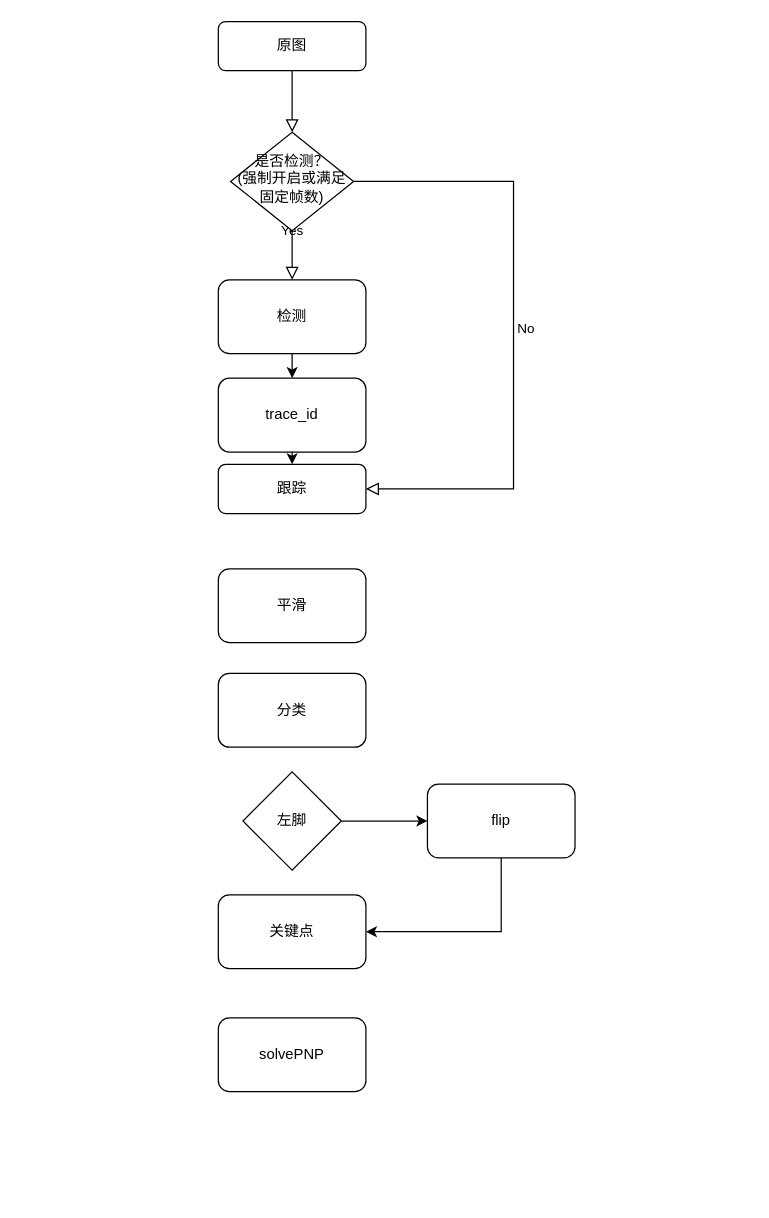
Before: tracking.drawio in Bbean/AI_Notes, a draw.io diagram. Source tidied: cells renumbered, new cells numbered last; positions are measured from the earlier drawing's top-left corner, leaving out a move shared by most shapes. Both pictures are drawn from the tidied source at 123%, with x=0, y=0 at pixel (218, 21).
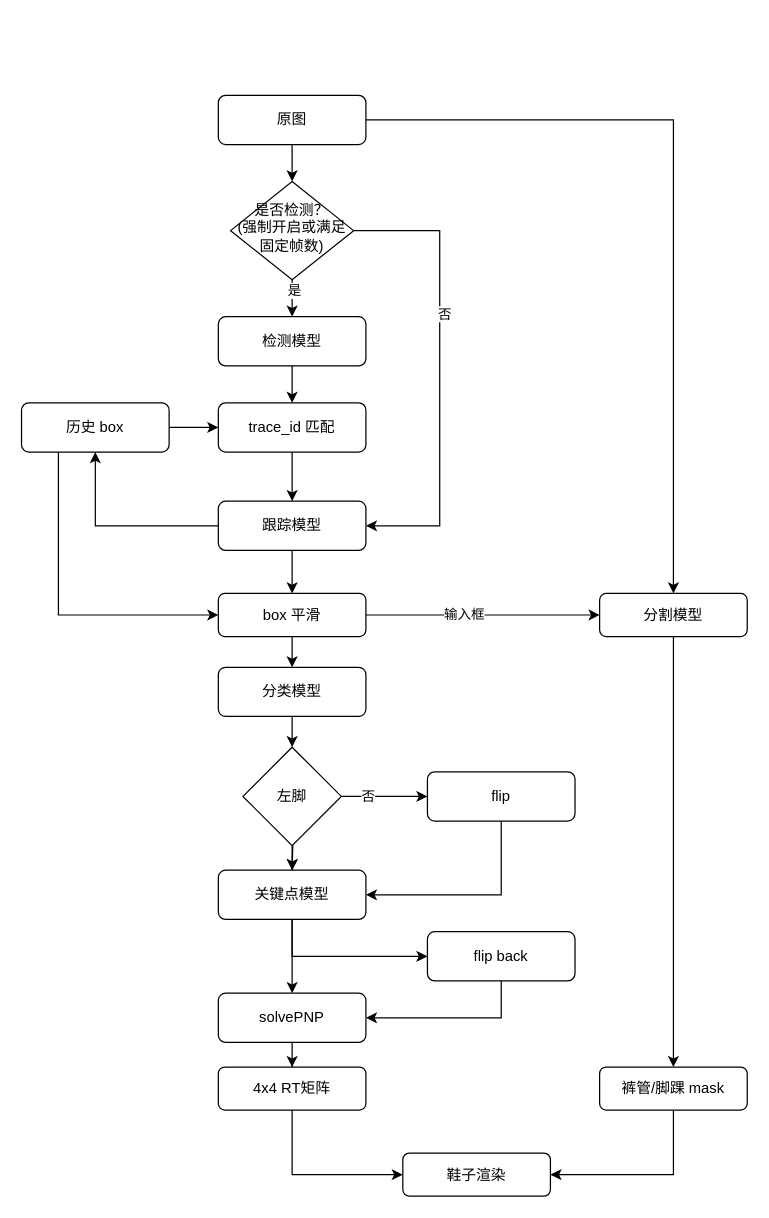
Above is the later version.

Unchanged cells that the change refers to:
```xml
<mxCell id="13" style="edgeStyle=orthogonalEdgeStyle;rounded=0;jettySize=auto;html=1;exitX=1;exitY=0.5;exitDx=0;exitDy=0;entryX=0;entryY=0.5;entryDx=0;entryDy=0;" parent="1" edge="1" source="14" target="16">
  <mxGeometry relative="1" as="geometry" />
</mxCell>
```

What changed in the source:
```diff
@@
-    <mxCell id="2" style="rounded=0;html=1;jettySize=auto;fontSize=11;endArrow=block;endFill=0;endSize=8;strokeWidth=1;shadow=0;labelBackgroundColor=none;edgeStyle=orthogonalEdgeStyle;" parent="1" edge="1" source="3" target="6">
+    <mxCell id="2" style="edgeStyle=orthogonalEdgeStyle;rounded=0;jettySize=auto;html=1;exitX=0.5;exitY=1;exitDx=0;exitDy=0;entryX=0.5;entryY=0;entryDx=0;entryDy=0;" parent="1" edge="1" source="3" target="6">
       <mxGeometry relative="1" as="geometry" />
     </mxCell>
+    <mxCell id="20" style="edgeStyle=orthogonalEdgeStyle;rounded=0;jettySize=auto;html=1;exitX=1;exitY=0.5;exitDx=0;exitDy=0;entryX=0.5;entryY=0;entryDx=0;entryDy=0;" parent="1" edge="1" source="3" target="42">
+      <mxGeometry relative="1" as="geometry" />
+    </mxCell>
     <mxCell id="3" value="原图" style="rounded=1;whiteSpace=wrap;html=1;fontSize=12;glass=0;strokeWidth=1;shadow=0;" parent="1" vertex="1">
-      <mxGeometry width="120" height="40" as="geometry" />
+      <mxGeometry y="60" width="120" height="40" as="geometry" />
     </mxCell>
-    <mxCell id="4" value="Yes" style="rounded=0;html=1;jettySize=auto;fontSize=11;endArrow=block;endFill=0;endSize=8;strokeWidth=1;shadow=0;labelBackgroundColor=none;edgeStyle=orthogonalEdgeStyle;" parent="1" edge="1" source="6">
-      <mxGeometry y="20" relative="1" as="geometry">
-        <mxPoint x="60" y="210" as="targetPoint" />
-      </mxGeometry>
-    </mxCell>
-    <mxCell id="5" value="No" style="edgeStyle=orthogonalEdgeStyle;rounded=0;html=1;jettySize=auto;fontSize=11;endArrow=block;endFill=0;endSize=8;strokeWidth=1;shadow=0;labelBackgroundColor=none;entryX=1;entryY=0.5;entryDx=0;entryDy=0;" parent="1" edge="1" source="6" target="9">
-      <mxGeometry y="10" relative="1" as="geometry">
+    <mxCell id="5" style="edgeStyle=orthogonalEdgeStyle;rounded=0;jettySize=auto;html=1;exitX=1;exitY=0.5;exitDx=0;exitDy=0;entryX=1;entryY=0.5;entryDx=0;entryDy=0;" parent="1" edge="1" source="6" target="9">
+      <mxGeometry relative="1" as="geometry">
         <Array as="points">
-          <mxPoint x="240" y="130" />
-          <mxPoint x="240" y="380" />
+          <mxPoint x="180" y="170" />
+          <mxPoint x="180" y="410" />
         </Array>
       </mxGeometry>
     </mxCell>
+    <mxCell id="21" value="否" style="edgeLabel;html=1;align=center;verticalAlign=middle;" parent="5" vertex="1">
+      <mxGeometry x="-0.26" y="3" relative="1" as="geometry" />
+    </mxCell>
+    <mxCell id="22" style="edgeStyle=orthogonalEdgeStyle;rounded=0;jettySize=auto;html=1;exitX=0.5;exitY=1;exitDx=0;exitDy=0;entryX=0.5;entryY=0;entryDx=0;entryDy=0;" parent="1" edge="1" source="6" target="8">
+      <mxGeometry relative="1" as="geometry" />
+    </mxCell>
+    <mxCell id="23" value="是" style="edgeLabel;html=1;align=center;verticalAlign=middle;" parent="22" vertex="1">
+      <mxGeometry x="-0.48" y="1" relative="1" as="geometry" />
+    </mxCell>
     <mxCell id="6" value="是否检测？&lt;br&gt;(强制开启或满足固定帧数)" style="rhombus;whiteSpace=wrap;html=1;shadow=0;fontFamily=Helvetica;fontSize=12;align=center;strokeWidth=1;spacing=6;spacingTop=-4;" parent="1" vertex="1">
-      <mxGeometry x="10" y="90" width="100" height="80" as="geometry" />
+      <mxGeometry x="10" y="130" width="100" height="80" as="geometry" />
     </mxCell>
@@
-    <mxCell id="8" value="检测" style="rounded=1;whiteSpace=wrap;html=1;" parent="1" vertex="1">
-      <mxGeometry y="210" width="120" height="60" as="geometry" />
+    <mxCell id="8" value="检测模型" style="rounded=1;whiteSpace=wrap;html=1;" parent="1" vertex="1">
+      <mxGeometry y="240" width="120" height="40" as="geometry" />
     </mxCell>
+    <mxCell id="24" style="edgeStyle=orthogonalEdgeStyle;rounded=0;jettySize=auto;html=1;exitX=0;exitY=0.5;exitDx=0;exitDy=0;entryX=0.5;entryY=1;entryDx=0;entryDy=0;" parent="1" edge="1" source="9" target="38">
+      <mxGeometry relative="1" as="geometry" />
+    </mxCell>
+    <mxCell id="25" style="edgeStyle=orthogonalEdgeStyle;rounded=0;jettySize=auto;html=1;exitX=0.5;exitY=1;exitDx=0;exitDy=0;entryX=0.5;entryY=0;entryDx=0;entryDy=0;" parent="1" edge="1" source="9" target="10">
+      <mxGeometry relative="1" as="geometry" />
+    </mxCell>
-    <mxCell id="9" value="跟踪" style="rounded=1;whiteSpace=wrap;html=1;" parent="1" vertex="1">
-      <mxGeometry y="360" width="120" height="40" as="geometry" />
+    <mxCell id="9" value="跟踪模型" style="rounded=1;whiteSpace=wrap;html=1;" parent="1" vertex="1">
+      <mxGeometry y="390" width="120" height="40" as="geometry" />
     </mxCell>
+    <mxCell id="26" style="edgeStyle=orthogonalEdgeStyle;rounded=0;jettySize=auto;html=1;exitX=0.5;exitY=1;exitDx=0;exitDy=0;entryX=0.5;entryY=0;entryDx=0;entryDy=0;" parent="1" edge="1" source="10" target="12">
+      <mxGeometry relative="1" as="geometry" />
+    </mxCell>
+    <mxCell id="27" style="edgeStyle=orthogonalEdgeStyle;rounded=0;jettySize=auto;html=1;exitX=1;exitY=0.5;exitDx=0;exitDy=0;entryX=0;entryY=0.5;entryDx=0;entryDy=0;" parent="1" edge="1" source="10" target="42">
+      <mxGeometry relative="1" as="geometry" />
+    </mxCell>
+    <mxCell id="28" value="输入框" style="edgeLabel;html=1;align=center;verticalAlign=middle;" parent="27" vertex="1">
+      <mxGeometry x="-0.17" y="2" relative="1" as="geometry">
+        <mxPoint y="1" as="offset" />
+      </mxGeometry>
+    </mxCell>
-    <mxCell id="10" value="平滑" style="rounded=1;whiteSpace=wrap;html=1;" parent="1" vertex="1">
-      <mxGeometry y="445" width="120" height="60" as="geometry" />
+    <mxCell id="10" value="box 平滑" style="rounded=1;whiteSpace=wrap;html=1;" parent="1" vertex="1">
+      <mxGeometry y="465" width="120" height="35" as="geometry" />
     </mxCell>
+    <mxCell id="29" style="edgeStyle=orthogonalEdgeStyle;rounded=0;jettySize=auto;html=1;exitX=0.5;exitY=1;exitDx=0;exitDy=0;entryX=0;entryY=0.5;entryDx=0;entryDy=0;" parent="1" edge="1" source="11" target="40">
+      <mxGeometry relative="1" as="geometry" />
+    </mxCell>
+    <mxCell id="30" style="edgeStyle=orthogonalEdgeStyle;rounded=0;jettySize=auto;html=1;exitX=0.5;exitY=1;exitDx=0;exitDy=0;entryX=0.5;entryY=0;entryDx=0;entryDy=0;" parent="1" edge="1" source="11" target="17">
+      <mxGeometry relative="1" as="geometry" />
+    </mxCell>
-    <mxCell id="11" value="关键点" style="rounded=1;whiteSpace=wrap;html=1;" parent="1" vertex="1">
-      <mxGeometry y="710" width="120" height="60" as="geometry" />
+    <mxCell id="11" value="关键点模型" style="rounded=1;whiteSpace=wrap;html=1;" parent="1" vertex="1">
+      <mxGeometry y="690" width="120" height="40" as="geometry" />
     </mxCell>
+    <mxCell id="31" style="edgeStyle=orthogonalEdgeStyle;rounded=0;jettySize=auto;html=1;exitX=0.5;exitY=1;exitDx=0;exitDy=0;entryX=0.5;entryY=0;entryDx=0;entryDy=0;" parent="1" edge="1" source="12" target="14">
+      <mxGeometry relative="1" as="geometry" />
+    </mxCell>
-    <mxCell id="12" value="分类" style="rounded=1;whiteSpace=wrap;html=1;" parent="1" vertex="1">
-      <mxGeometry y="530" width="120" height="60" as="geometry" />
+    <mxCell id="12" value="分类模型" style="rounded=1;whiteSpace=wrap;html=1;" parent="1" vertex="1">
+      <mxGeometry y="525" width="120" height="40" as="geometry" />
     </mxCell>
@@
+    <mxCell id="32" value="否" style="edgeLabel;html=1;align=center;verticalAlign=middle;" parent="13" vertex="1">
+      <mxGeometry x="-0.4" y="1" relative="1" as="geometry" />
+    </mxCell>
+    <mxCell id="33" style="edgeStyle=orthogonalEdgeStyle;rounded=0;jettySize=auto;html=1;exitX=0.5;exitY=1;exitDx=0;exitDy=0;entryX=0.5;entryY=0;entryDx=0;entryDy=0;" parent="1" edge="1" target="11">
+      <mxGeometry relative="1" as="geometry">
+        <mxPoint x="60" y="650" as="sourcePoint" />
+      </mxGeometry>
+    </mxCell>
+    <mxCell id="34" style="edgeStyle=orthogonalEdgeStyle;rounded=0;jettySize=auto;html=1;" parent="1" edge="1" source="14" target="11">
+      <mxGeometry relative="1" as="geometry" />
+    </mxCell>
     <mxCell id="14" value="左脚" style="rhombus;whiteSpace=wrap;html=1;" parent="1" vertex="1">
-      <mxGeometry x="20" y="610" width="80" height="80" as="geometry" />
+      <mxGeometry x="20" y="590" width="80" height="80" as="geometry" />
     </mxCell>
     <mxCell id="15" style="edgeStyle=orthogonalEdgeStyle;rounded=0;jettySize=auto;html=1;entryX=1;entryY=0.5;entryDx=0;entryDy=0;" parent="1" edge="1" source="16" target="11">
       <mxGeometry relative="1" as="geometry">
         <Array as="points">
-          <mxPoint x="230" y="740" />
+          <mxPoint x="230" y="710" />
         </Array>
       </mxGeometry>
     </mxCell>
     <mxCell id="16" value="flip" style="rounded=1;whiteSpace=wrap;html=1;" parent="1" vertex="1">
-      <mxGeometry x="170" y="620" width="120" height="60" as="geometry" />
+      <mxGeometry x="170" y="610" width="120" height="40" as="geometry" />
     </mxCell>
+    <mxCell id="35" style="edgeStyle=orthogonalEdgeStyle;rounded=0;jettySize=auto;html=1;entryX=0.5;entryY=0;entryDx=0;entryDy=0;" parent="1" edge="1" source="17" target="46">
+      <mxGeometry relative="1" as="geometry" />
+    </mxCell>
     <mxCell id="17" value="solvePNP" style="rounded=1;whiteSpace=wrap;html=1;" parent="1" vertex="1">
-      <mxGeometry y="810" width="120" height="60" as="geometry" />
+      <mxGeometry y="790" width="120" height="40" as="geometry" />
     </mxCell>
@@
-    <mxCell id="19" value="trace_id" style="rounded=1;whiteSpace=wrap;html=1;" parent="1" vertex="1">
-      <mxGeometry y="290" width="120" height="60" as="geometry" />
+    <mxCell id="19" value="trace_id 匹配" style="rounded=1;whiteSpace=wrap;html=1;" parent="1" vertex="1">
+      <mxGeometry y="310" width="120" height="40" as="geometry" />
     </mxCell>
+    <mxCell id="36" style="edgeStyle=orthogonalEdgeStyle;rounded=0;jettySize=auto;html=1;exitX=1;exitY=0.5;exitDx=0;exitDy=0;entryX=0;entryY=0.5;entryDx=0;entryDy=0;" parent="1" edge="1" source="38" target="19">
+      <mxGeometry relative="1" as="geometry" />
+    </mxCell>
+    <mxCell id="37" style="edgeStyle=orthogonalEdgeStyle;rounded=0;jettySize=auto;html=1;exitX=0.25;exitY=1;exitDx=0;exitDy=0;entryX=0;entryY=0.5;entryDx=0;entryDy=0;" parent="1" edge="1" source="38" target="10">
+      <mxGeometry relative="1" as="geometry" />
+    </mxCell>
+    <mxCell id="38" value="历史 box" style="rounded=1;whiteSpace=wrap;html=1;" parent="1" vertex="1">
+      <mxGeometry x="-160" y="310" width="120" height="40" as="geometry" />
+    </mxCell>
+    <mxCell id="39" style="edgeStyle=orthogonalEdgeStyle;rounded=0;jettySize=auto;html=1;exitX=0.5;exitY=1;exitDx=0;exitDy=0;entryX=1;entryY=0.5;entryDx=0;entryDy=0;" parent="1" edge="1" source="40" target="17">
+      <mxGeometry relative="1" as="geometry" />
+    </mxCell>
+    <mxCell id="40" value="flip back" style="rounded=1;whiteSpace=wrap;html=1;" parent="1" vertex="1">
+      <mxGeometry x="170" y="740" width="120" height="40" as="geometry" />
+    </mxCell>
+    <mxCell id="41" style="edgeStyle=orthogonalEdgeStyle;rounded=0;jettySize=auto;html=1;exitX=0.5;exitY=1;exitDx=0;exitDy=0;" parent="1" edge="1" source="42" target="44">
+      <mxGeometry relative="1" as="geometry" />
+    </mxCell>
+    <mxCell id="42" value="分割模型" style="rounded=1;whiteSpace=wrap;html=1;" parent="1" vertex="1">
+      <mxGeometry x="310" y="465" width="120" height="35" as="geometry" />
+    </mxCell>
+    <mxCell id="43" style="edgeStyle=orthogonalEdgeStyle;rounded=0;jettySize=auto;html=1;entryX=1;entryY=0.5;entryDx=0;entryDy=0;exitX=0.5;exitY=1;exitDx=0;exitDy=0;" parent="1" edge="1" source="44" target="47">
+      <mxGeometry relative="1" as="geometry" />
+    </mxCell>
+    <mxCell id="44" value="裤管/脚踝 mask" style="rounded=1;whiteSpace=wrap;html=1;" parent="1" vertex="1">
+      <mxGeometry x="310" y="850" width="120" height="35" as="geometry" />
+    </mxCell>
+    <mxCell id="45" style="edgeStyle=orthogonalEdgeStyle;rounded=0;jettySize=auto;html=1;exitX=0.5;exitY=1;exitDx=0;exitDy=0;entryX=0;entryY=0.5;entryDx=0;entryDy=0;" parent="1" edge="1" source="46" target="47">
+      <mxGeometry relative="1" as="geometry" />
+    </mxCell>
+    <mxCell id="46" value="4x4 RT矩阵" style="rounded=1;whiteSpace=wrap;html=1;" parent="1" vertex="1">
+      <mxGeometry y="850" width="120" height="35" as="geometry" />
+    </mxCell>
+    <mxCell id="47" value="鞋子渲染" style="rounded=1;whiteSpace=wrap;html=1;" parent="1" vertex="1">
+      <mxGeometry x="150" y="920" width="120" height="35" as="geometry" />
+    </mxCell>
```
